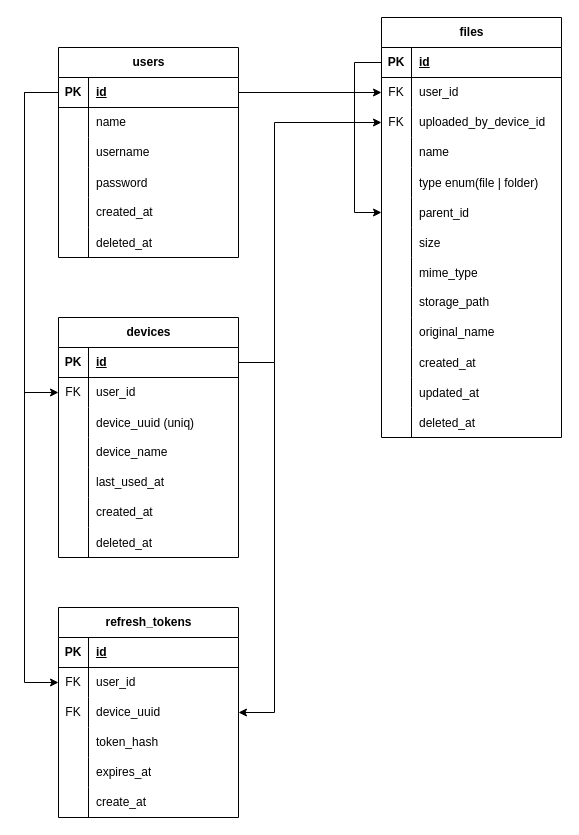
The draw.io diagram database/db-erd.drawio in Roseedee/LocalDrive-Backend, before the edit. Source tidied: cells renumbered, new cells numbered last; positions are measured from the earlier drawing's top-left corner, leaving out a move shared by most shapes. Both pictures are drawn from the tidied source at 100%, with x=0, y=0 at pixel (24, 17).
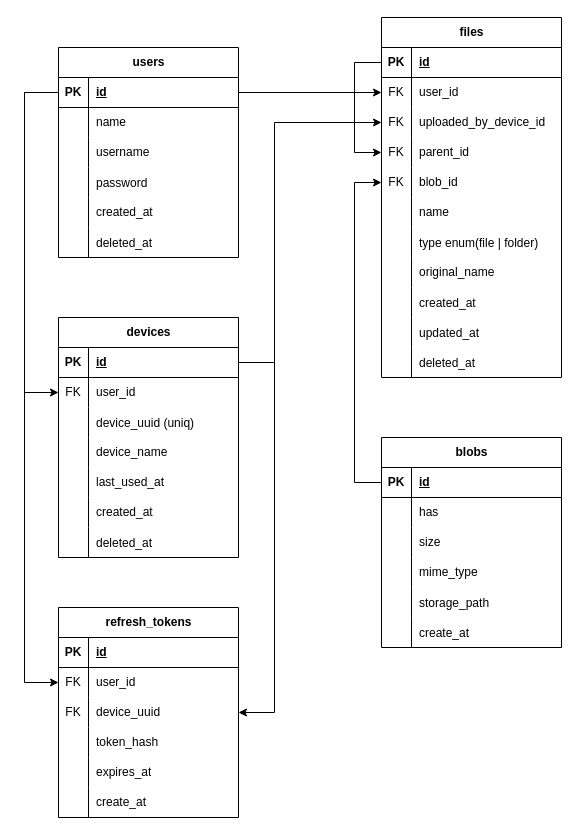
After the change.

The change refers to these unchanged cells:
```xml
<mxCell id="66" style="shape=tableRow;horizontal=0;startSize=0;swimlaneHead=0;swimlaneBody=0;fillColor=none;points=[[0,0.5],[1,0.5]];portConstraint=eastwest;top=0;left=0;right=0;bottom=1;" parent="65" vertex="1">
  <mxGeometry y="30" width="180" height="30" as="geometry" />
</mxCell>
```

Change to the diagram source:
```diff
@@
+    <mxCell id="108" style="edgeStyle=orthogonalEdgeStyle;rounded=0;jettySize=auto;html=1;" parent="1" edge="1" source="66" target="109">
+      <mxGeometry relative="1" as="geometry">
+        <Array as="points">
+          <mxPoint x="330" y="45" />
+          <mxPoint x="330" y="135" />
+        </Array>
+      </mxGeometry>
+    </mxCell>
@@
     <mxCell id="65" value="files" style="shape=table;startSize=30;childLayout=tableLayout;rowLines=0;fontStyle=1;align=center;html=1;" parent="1" vertex="1">
-      <mxGeometry x="357" width="180" height="420" as="geometry" />
+      <mxGeometry x="357" width="180" height="360" as="geometry" />
     </mxCell>
@@
+    <mxCell id="109" style="shape=tableRow;horizontal=0;startSize=0;swimlaneHead=0;swimlaneBody=0;fillColor=none;points=[[0,0.5],[1,0.5]];portConstraint=eastwest;top=0;left=0;right=0;bottom=0;" parent="65" vertex="1">
+      <mxGeometry y="120" width="180" height="30" as="geometry" />
+    </mxCell>
+    <mxCell id="110" value="FK" style="shape=partialRectangle;fillColor=none;top=0;left=0;bottom=0;right=0;fontStyle=0;overflow=hidden;whiteSpace=wrap;html=1;" parent="109" vertex="1">
+      <mxGeometry width="30" height="30" as="geometry" />
+    </mxCell>
+    <mxCell id="83" value="parent_id" style="shape=partialRectangle;fillColor=none;top=0;left=0;bottom=0;right=0;align=left;spacingLeft=6;fontStyle=0;overflow=hidden;whiteSpace=wrap;html=1;" parent="109" vertex="1">
+      <mxGeometry x="30" width="150" height="30" as="geometry" />
+    </mxCell>
+    <mxCell id="111" style="shape=tableRow;horizontal=0;startSize=0;swimlaneHead=0;swimlaneBody=0;fillColor=none;points=[[0,0.5],[1,0.5]];portConstraint=eastwest;top=0;left=0;right=0;bottom=0;" parent="65" vertex="1">
+      <mxGeometry y="150" width="180" height="30" as="geometry" />
+    </mxCell>
+    <mxCell id="112" value="FK" style="shape=partialRectangle;fillColor=none;top=0;left=0;bottom=0;right=0;fontStyle=0;overflow=hidden;whiteSpace=wrap;html=1;" parent="111" vertex="1">
+      <mxGeometry width="30" height="30" as="geometry" />
+    </mxCell>
+    <mxCell id="113" value="blob_id" style="shape=partialRectangle;fillColor=none;top=0;left=0;bottom=0;right=0;align=left;spacingLeft=6;fontStyle=0;overflow=hidden;whiteSpace=wrap;html=1;" parent="111" vertex="1">
+      <mxGeometry x="30" width="150" height="30" as="geometry" />
+    </mxCell>
     <mxCell id="75" style="shape=tableRow;horizontal=0;startSize=0;swimlaneHead=0;swimlaneBody=0;fillColor=none;top=0;left=0;right=0;bottom=0;" parent="65" vertex="1">
-      <mxGeometry y="120" width="180" height="30" as="geometry" />
+      <mxGeometry y="180" width="180" height="30" as="geometry" />
     </mxCell>
@@
     <mxCell id="78" style="shape=tableRow;horizontal=0;startSize=0;swimlaneHead=0;swimlaneBody=0;fillColor=none;top=0;left=0;right=0;bottom=0;" parent="65" vertex="1">
-      <mxGeometry y="150" width="180" height="30" as="geometry" />
+      <mxGeometry y="210" width="180" height="30" as="geometry" />
     </mxCell>
@@
-    <mxCell id="81" style="shape=tableRow;horizontal=0;startSize=0;swimlaneHead=0;swimlaneBody=0;fillColor=none;points=[[0,0.5],[1,0.5]];portConstraint=eastwest;top=0;left=0;right=0;bottom=0;" parent="65" vertex="1">
-      <mxGeometry y="180" width="180" height="30" as="geometry" />
-    </mxCell>
-    <mxCell id="82" style="shape=partialRectangle;fillColor=none;top=0;left=0;bottom=0;right=0;overflow=hidden;" parent="81" vertex="1">
-      <mxGeometry width="30" height="30" as="geometry" />
-    </mxCell>
-    <mxCell id="83" value="parent_id" style="shape=partialRectangle;fillColor=none;top=0;left=0;bottom=0;right=0;align=left;spacingLeft=6;overflow=hidden;" parent="81" vertex="1">
-      <mxGeometry x="30" width="150" height="30" as="geometry" />
-    </mxCell>
-    <mxCell id="84" style="shape=tableRow;horizontal=0;startSize=0;swimlaneHead=0;swimlaneBody=0;fillColor=none;top=0;left=0;right=0;bottom=0;" parent="65" vertex="1">
-      <mxGeometry y="210" width="180" height="30" as="geometry" />
-    </mxCell>
-    <mxCell id="85" style="shape=partialRectangle;fillColor=none;top=0;left=0;bottom=0;right=0;overflow=hidden;" parent="84" vertex="1">
-      <mxGeometry width="30" height="30" as="geometry" />
-    </mxCell>
-    <mxCell id="86" value="size" style="shape=partialRectangle;fillColor=none;top=0;left=0;bottom=0;right=0;align=left;spacingLeft=6;overflow=hidden;" parent="84" vertex="1">
-      <mxGeometry x="30" width="150" height="30" as="geometry" />
-    </mxCell>
-    <mxCell id="87" style="shape=tableRow;horizontal=0;startSize=0;swimlaneHead=0;swimlaneBody=0;fillColor=none;top=0;left=0;right=0;bottom=0;" parent="65" vertex="1">
-      <mxGeometry y="240" width="180" height="30" as="geometry" />
-    </mxCell>
-    <mxCell id="88" style="shape=partialRectangle;fillColor=none;top=0;left=0;bottom=0;right=0;overflow=hidden;" parent="87" vertex="1">
-      <mxGeometry width="30" height="30" as="geometry" />
-    </mxCell>
-    <mxCell id="89" value="mime_type" style="shape=partialRectangle;fillColor=none;top=0;left=0;bottom=0;right=0;align=left;spacingLeft=6;overflow=hidden;" parent="87" vertex="1">
-      <mxGeometry x="30" width="150" height="30" as="geometry" />
-    </mxCell>
-    <mxCell id="90" style="shape=tableRow;horizontal=0;startSize=0;swimlaneHead=0;swimlaneBody=0;fillColor=none;top=0;left=0;right=0;bottom=0;" parent="65" vertex="1">
-      <mxGeometry y="270" width="180" height="30" as="geometry" />
-    </mxCell>
-    <mxCell id="91" style="shape=partialRectangle;fillColor=none;top=0;left=0;bottom=0;right=0;overflow=hidden;whiteSpace=wrap;html=1;" parent="90" vertex="1">
-      <mxGeometry width="30" height="30" as="geometry" />
-    </mxCell>
-    <mxCell id="92" value="storage_path" style="shape=partialRectangle;fillColor=none;top=0;left=0;bottom=0;right=0;align=left;spacingLeft=6;overflow=hidden;whiteSpace=wrap;html=1;" parent="90" vertex="1">
-      <mxGeometry x="30" width="150" height="30" as="geometry" />
-    </mxCell>
     <mxCell id="93" style="shape=tableRow;horizontal=0;startSize=0;swimlaneHead=0;swimlaneBody=0;fillColor=none;top=0;left=0;right=0;bottom=0;" parent="65" vertex="1">
-      <mxGeometry y="300" width="180" height="30" as="geometry" />
+      <mxGeometry y="240" width="180" height="30" as="geometry" />
     </mxCell>
@@
     <mxCell id="96" style="shape=tableRow;horizontal=0;startSize=0;swimlaneHead=0;swimlaneBody=0;fillColor=none;top=0;left=0;right=0;bottom=0;" parent="65" vertex="1">
-      <mxGeometry y="330" width="180" height="30" as="geometry" />
+      <mxGeometry y="270" width="180" height="30" as="geometry" />
     </mxCell>
@@
     <mxCell id="99" style="shape=tableRow;horizontal=0;startSize=0;swimlaneHead=0;swimlaneBody=0;fillColor=none;top=0;left=0;right=0;bottom=0;" parent="65" vertex="1">
-      <mxGeometry y="360" width="180" height="30" as="geometry" />
+      <mxGeometry y="300" width="180" height="30" as="geometry" />
     </mxCell>
@@
     <mxCell id="102" style="shape=tableRow;horizontal=0;startSize=0;swimlaneHead=0;swimlaneBody=0;fillColor=none;top=0;left=0;right=0;bottom=0;" parent="65" vertex="1">
-      <mxGeometry y="390" width="180" height="30" as="geometry" />
+      <mxGeometry y="330" width="180" height="30" as="geometry" />
     </mxCell>
@@
-    <mxCell id="105" style="edgeStyle=orthogonalEdgeStyle;rounded=0;jettySize=auto;html=1;entryX=0;entryY=0.5;entryDx=0;entryDy=0;" parent="65" edge="1" source="66" target="81">
-      <mxGeometry relative="1" as="geometry">
-        <Array as="points">
-          <mxPoint x="-27" y="45" />
-          <mxPoint x="-27" y="195" />
-        </Array>
-      </mxGeometry>
-    </mxCell>
@@
+    <mxCell id="114" value="blobs" style="shape=table;startSize=30;childLayout=tableLayout;rowLines=0;fontStyle=1;align=center;html=1;" parent="1" vertex="1">
+      <mxGeometry x="357" y="420" width="180" height="210" as="geometry" />
+    </mxCell>
+    <mxCell id="115" style="shape=tableRow;horizontal=0;startSize=0;swimlaneHead=0;swimlaneBody=0;fillColor=none;points=[[0,0.5],[1,0.5]];portConstraint=eastwest;top=0;left=0;right=0;bottom=1;" parent="114" vertex="1">
+      <mxGeometry y="30" width="180" height="30" as="geometry" />
+    </mxCell>
+    <mxCell id="116" value="PK" style="shape=partialRectangle;fillColor=none;top=0;left=0;bottom=0;right=0;fontStyle=1;overflow=hidden;whiteSpace=wrap;html=1;" parent="115" vertex="1">
+      <mxGeometry width="30" height="30" as="geometry" />
+    </mxCell>
+    <mxCell id="117" value="id" style="shape=partialRectangle;fillColor=none;top=0;left=0;bottom=0;right=0;align=left;spacingLeft=6;fontStyle=5;overflow=hidden;whiteSpace=wrap;html=1;" parent="115" vertex="1">
+      <mxGeometry x="30" width="150" height="30" as="geometry" />
+    </mxCell>
+    <mxCell id="118" style="shape=tableRow;horizontal=0;startSize=0;swimlaneHead=0;swimlaneBody=0;fillColor=none;top=0;left=0;right=0;bottom=0;" parent="114" vertex="1">
+      <mxGeometry y="60" width="180" height="30" as="geometry" />
+    </mxCell>
+    <mxCell id="119" style="shape=partialRectangle;fillColor=none;top=0;left=0;bottom=0;right=0;overflow=hidden;whiteSpace=wrap;html=1;" parent="118" vertex="1">
+      <mxGeometry width="30" height="30" as="geometry" />
+    </mxCell>
+    <mxCell id="120" value="has" style="shape=partialRectangle;fillColor=none;top=0;left=0;bottom=0;right=0;align=left;spacingLeft=6;overflow=hidden;whiteSpace=wrap;html=1;" parent="118" vertex="1">
+      <mxGeometry x="30" width="150" height="30" as="geometry" />
+    </mxCell>
+    <mxCell id="121" style="shape=tableRow;horizontal=0;startSize=0;swimlaneHead=0;swimlaneBody=0;fillColor=none;top=0;left=0;right=0;bottom=0;" parent="114" vertex="1">
+      <mxGeometry y="90" width="180" height="30" as="geometry" />
+    </mxCell>
+    <mxCell id="122" style="shape=partialRectangle;fillColor=none;top=0;left=0;bottom=0;right=0;overflow=hidden;whiteSpace=wrap;html=1;" parent="121" vertex="1">
+      <mxGeometry width="30" height="30" as="geometry" />
+    </mxCell>
+    <mxCell id="86" value="size" style="shape=partialRectangle;fillColor=none;top=0;left=0;bottom=0;right=0;align=left;spacingLeft=6;overflow=hidden;whiteSpace=wrap;html=1;" parent="121" vertex="1">
+      <mxGeometry x="30" width="150" height="30" as="geometry" />
+    </mxCell>
+    <mxCell id="123" style="shape=tableRow;horizontal=0;startSize=0;swimlaneHead=0;swimlaneBody=0;fillColor=none;top=0;left=0;right=0;bottom=0;" parent="114" vertex="1">
+      <mxGeometry y="120" width="180" height="30" as="geometry" />
+    </mxCell>
+    <mxCell id="124" style="shape=partialRectangle;fillColor=none;top=0;left=0;bottom=0;right=0;overflow=hidden;whiteSpace=wrap;html=1;" parent="123" vertex="1">
+      <mxGeometry width="30" height="30" as="geometry" />
+    </mxCell>
+    <mxCell id="89" value="mime_type" style="shape=partialRectangle;fillColor=none;top=0;left=0;bottom=0;right=0;align=left;spacingLeft=6;overflow=hidden;whiteSpace=wrap;html=1;" parent="123" vertex="1">
+      <mxGeometry x="30" width="150" height="30" as="geometry" />
+    </mxCell>
+    <mxCell id="125" style="shape=tableRow;horizontal=0;startSize=0;swimlaneHead=0;swimlaneBody=0;fillColor=none;top=0;left=0;right=0;bottom=0;" parent="114" vertex="1">
+      <mxGeometry y="150" width="180" height="30" as="geometry" />
+    </mxCell>
+    <mxCell id="126" style="shape=partialRectangle;fillColor=none;top=0;left=0;bottom=0;right=0;overflow=hidden;" parent="125" vertex="1">
+      <mxGeometry width="30" height="30" as="geometry" />
+    </mxCell>
+    <mxCell id="92" value="storage_path" style="shape=partialRectangle;fillColor=none;top=0;left=0;bottom=0;right=0;align=left;spacingLeft=6;overflow=hidden;" parent="125" vertex="1">
+      <mxGeometry x="30" width="150" height="30" as="geometry" />
+    </mxCell>
+    <mxCell id="81" style="shape=tableRow;horizontal=0;startSize=0;swimlaneHead=0;swimlaneBody=0;fillColor=none;points=[[0,0.5],[1,0.5]];portConstraint=eastwest;top=0;left=0;right=0;bottom=0;" parent="114" vertex="1">
+      <mxGeometry y="180" width="180" height="30" as="geometry" />
+    </mxCell>
+    <mxCell id="127" style="shape=partialRectangle;fillColor=none;top=0;left=0;bottom=0;right=0;overflow=hidden;" parent="81" vertex="1">
+      <mxGeometry width="30" height="30" as="geometry" />
+    </mxCell>
+    <mxCell id="128" value="create_at" style="shape=partialRectangle;fillColor=none;top=0;left=0;bottom=0;right=0;align=left;spacingLeft=6;overflow=hidden;" parent="81" vertex="1">
+      <mxGeometry x="30" width="150" height="30" as="geometry" />
+    </mxCell>
+    <mxCell id="129" style="edgeStyle=orthogonalEdgeStyle;rounded=0;jettySize=auto;html=1;" parent="1" edge="1" source="115" target="111">
+      <mxGeometry relative="1" as="geometry">
+        <Array as="points">
+          <mxPoint x="330" y="465" />
+          <mxPoint x="330" y="165" />
+        </Array>
+      </mxGeometry>
+    </mxCell>
```
